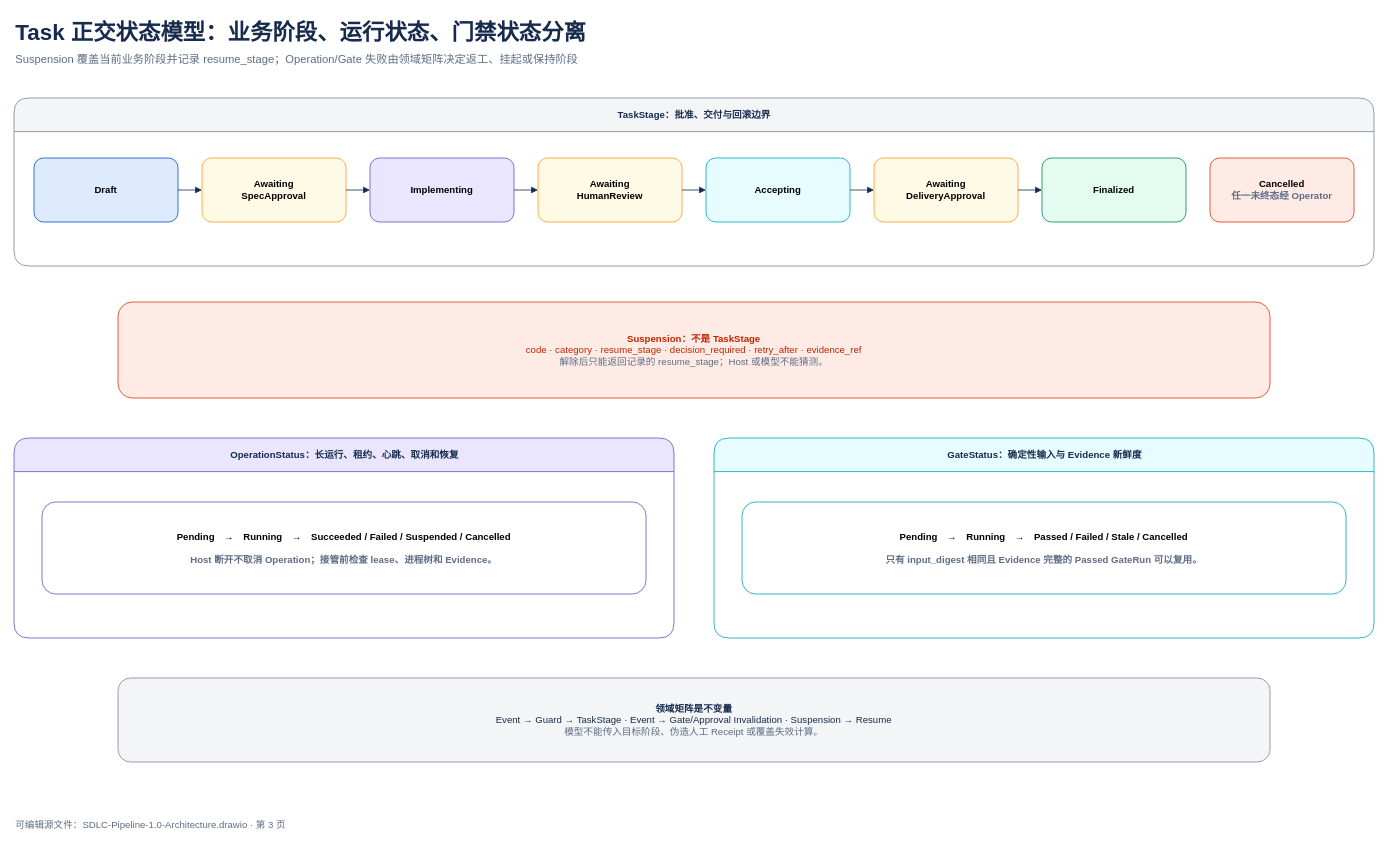
Before: page "03-任务正交状态" (3 of 4) of docs/v1.0/diagrams/SDLC-Pipeline-1.0-Architecture.drawio in Gandufu/sdlc-factory, a draw.io diagram. Source tidied: cells renumbered, new cells numbered last; positions are measured from the earlier drawing's top-left corner, leaving out a move shared by most shapes. Both pictures are drawn from the tidied source at 80%, with x=0, y=0 at pixel (14, 14).
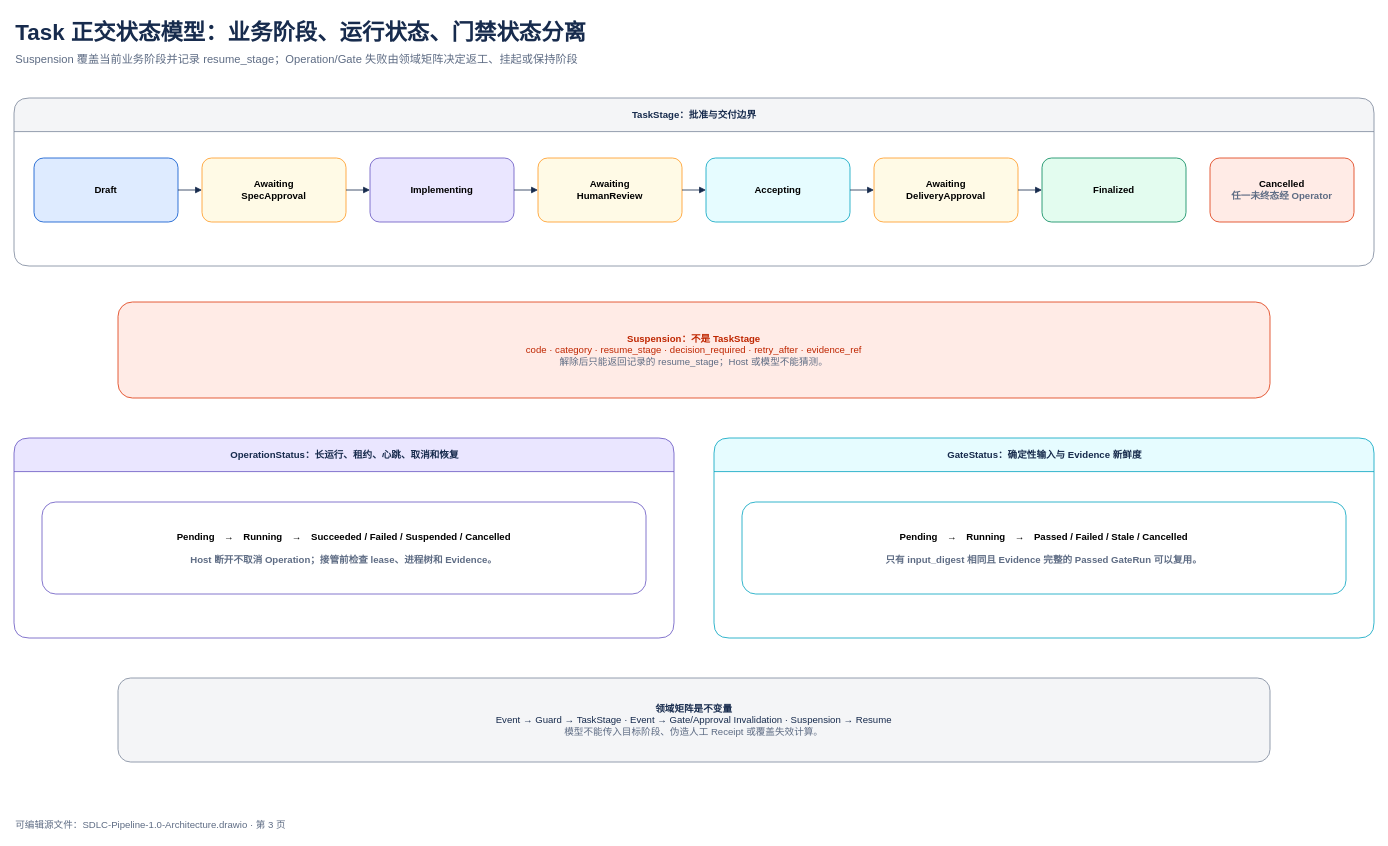
Above is the later version.

Change to the diagram source:
```diff
@@
-    <mxCell id="4" value="TaskStage：批准、交付与回滚边界" style="swimlane;html=1;rounded=1;startSize=42;fillColor=#F4F5F7;strokeColor=#7A869A;fontColor=#172B4D;fontStyle=1;" parent="1" vertex="1">
+    <mxCell id="4" value="TaskStage：批准与交付边界" style="swimlane;html=1;rounded=1;startSize=42;fillColor=#F4F5F7;strokeColor=#7A869A;fontColor=#172B4D;fontStyle=1;" parent="1" vertex="1">
       <mxGeometry y="105" width="1700" height="210" as="geometry" />
     </mxCell>
```
